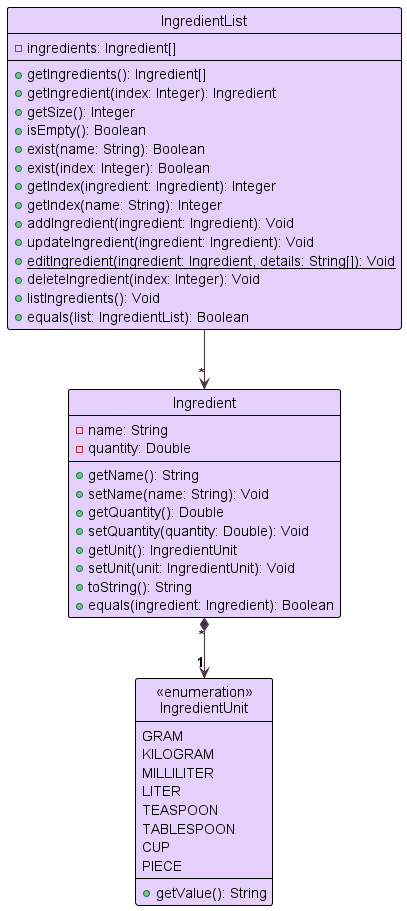
Earlier version of the PlantUML export docs/images/IngredientListClassDiagram.png (nus-cs2113-AY2324S1/tp). Source of this version:
```plantuml
@startuml
!include style.puml
skinparam arrowThickness 1.1
skinparam arrowColor CLASS_ARROW_COLOR
skinparam classBackgroundColor CLASS_DIAGRAM_COLOR

Class IngredientList {
    - ingredients: Ingredient[]

    + getIngredients(): Ingredient[]
    + getIngredient(index: Integer): Ingredient
    + getSize(): Integer
    + isEmpty(): Boolean
    + exist(name: String): Boolean
    + exist(index: Integer): Boolean
    + getIndex(ingredient: Ingredient): Integer
    + getIndex(name: String): Integer
    + addIngredient(ingredient: Ingredient): Void
    + updateIngredient(ingredient: Ingredient): Void
    + {static}editIngredient(ingredient: Ingredient, details: String[]): Void
    + deleteIngredient(index: Integer): Void
    + listIngredients(): Void
    + equals(list: IngredientList): Boolean

}


Class Ingredient {
    - name: String
    - quantity: Double

    + getName(): String
    + setName(name: String): Void
    + getQuantity(): Double
    + setQuantity(quantity: Double): Void
    + getUnit(): IngredientUnit
    + setUnit(unit: IngredientUnit): Void
    + toString(): String
    + equals(ingredient: Ingredient): Boolean
}

Class "<<enumeration>>\nIngredientUnit" as IngredientUnit {
    GRAM
    KILOGRAM
    MILLILITER
    LITER
    TEASPOON
    TABLESPOON
    CUP
    PIECE

    + getValue(): String
}

IngredientList -down-> "*" Ingredient

Ingredient "*" *-down-> "1" IngredientUnit
@enduml
```
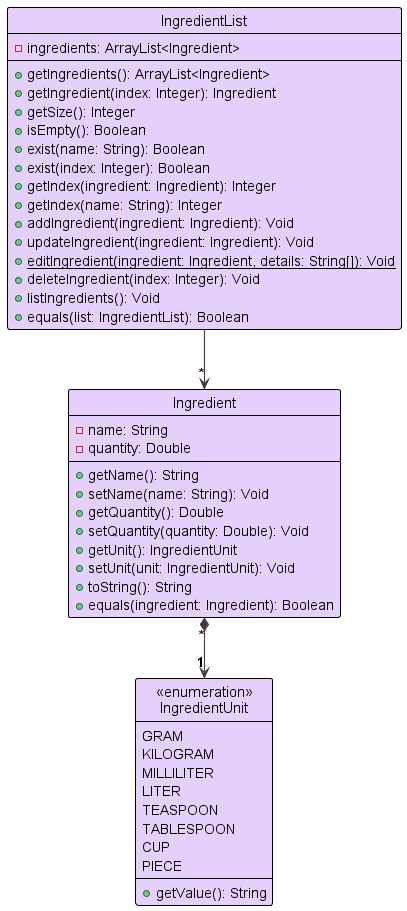
After the change.

Diff of the diagram source:
```diff
@@ -5,9 +5,9 @@
 skinparam classBackgroundColor CLASS_DIAGRAM_COLOR
 
 Class IngredientList {
-    - ingredients: Ingredient[]
+    - ingredients: ArrayList<Ingredient>
 
-    + getIngredients(): Ingredient[]
+    + getIngredients(): ArrayList<Ingredient>
     + getIngredient(index: Integer): Ingredient
     + getSize(): Integer
     + isEmpty(): Boolean
```
